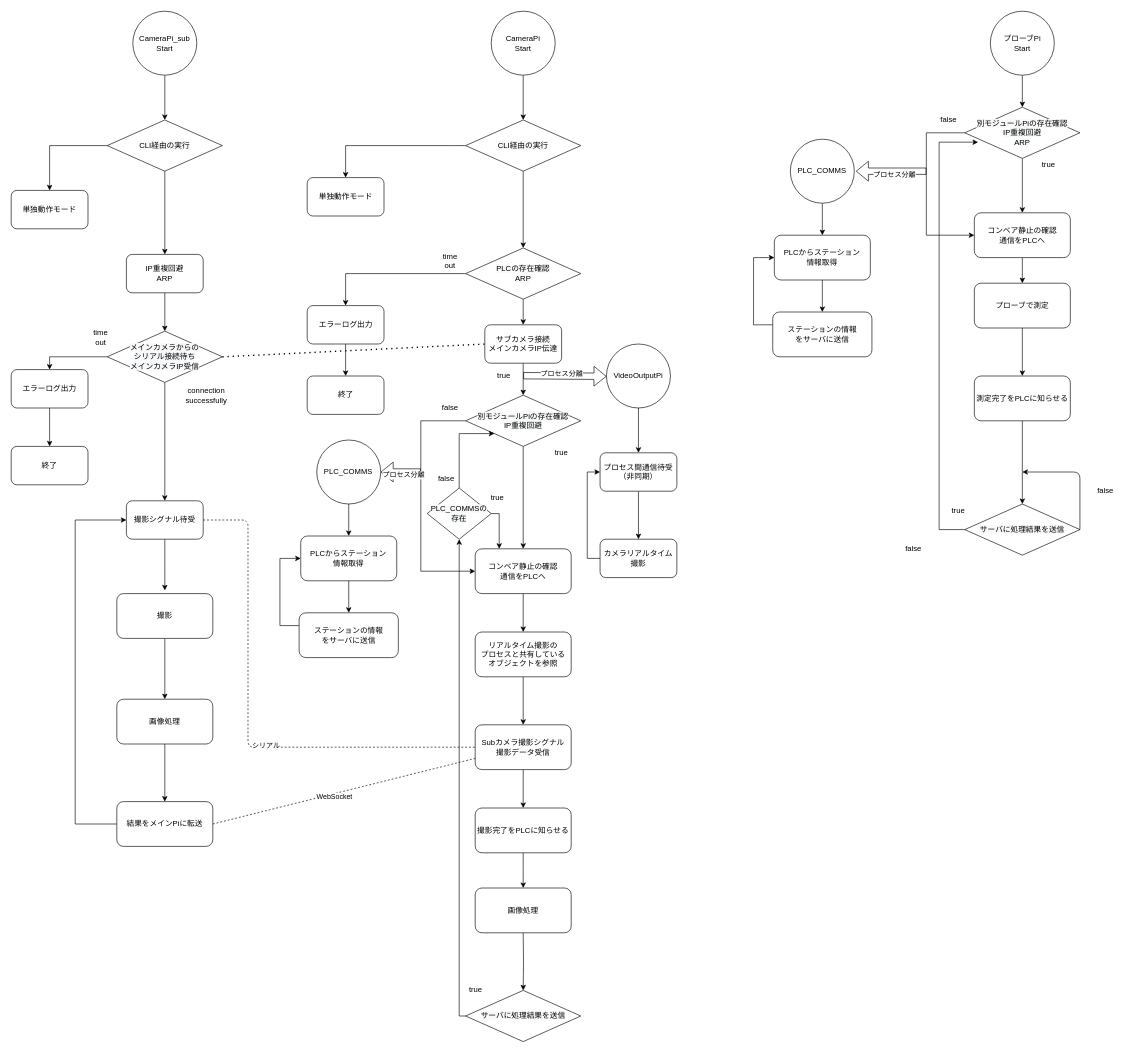
Above: 設計/フローチャート.drawio in chekke1999/kaihatukadai (draw.io), before the change. Source tidied: cells renumbered, new cells numbered last; positions are measured from the earlier drawing's top-left corner, leaving out a move shared by most shapes. Both pictures are drawn from the tidied source at 64%, with x=0, y=0 at pixel (11, 11).
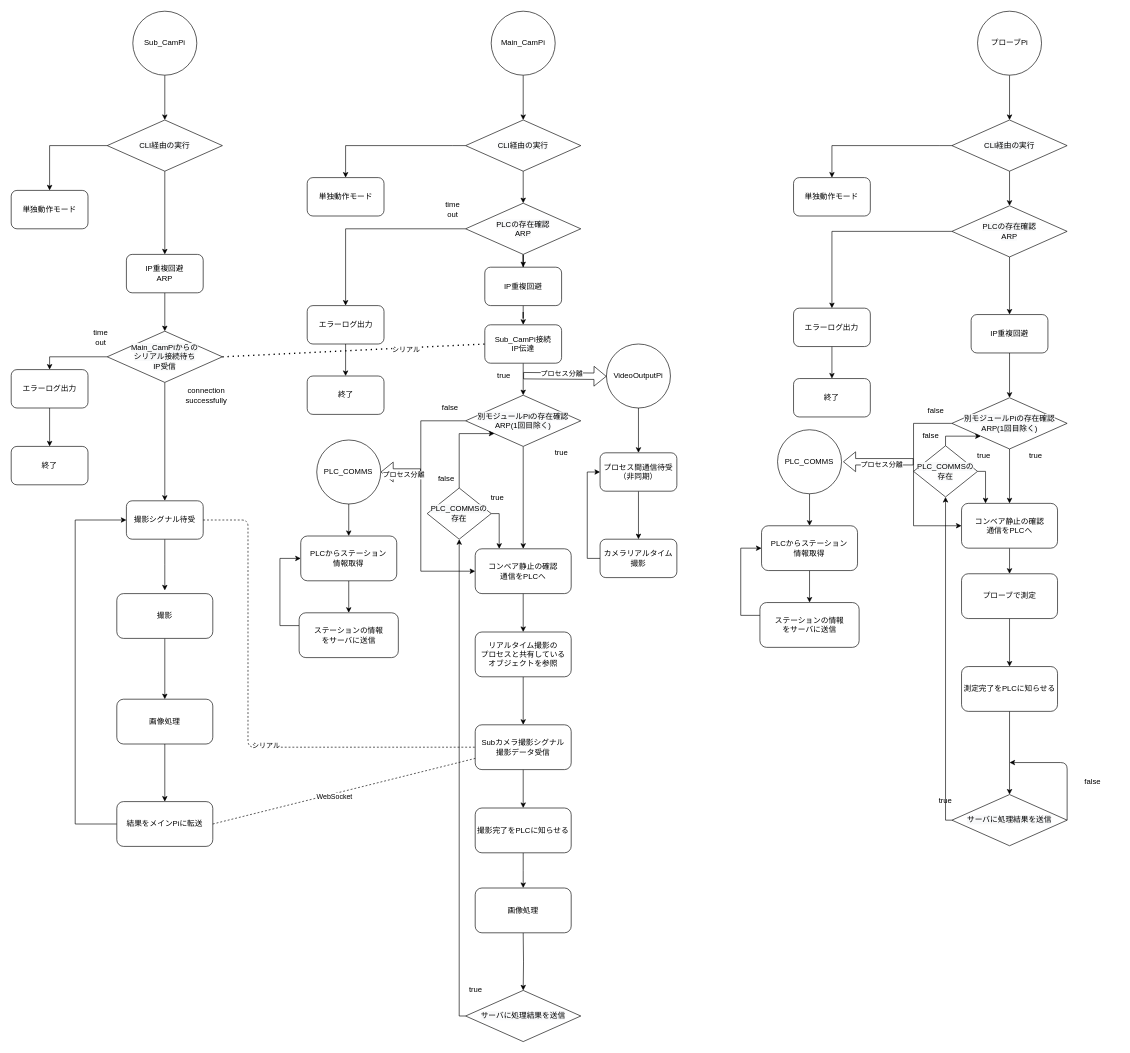
The same diagram, later.

Commit message (it also covers changes not shown here):
フローチャート.drawio を更新します

Unchanged cells that the change refers to:
```xml
<mxCell id="105" style="endArrow=none;dashed=1;html=1;dashPattern=1 3;strokeWidth=2;exitX=1;exitY=0.5;exitDx=0;exitDy=0;entryX=0;entryY=0.5;entryDx=0;entryDy=0;" parent="1" edge="1" source="71" target="87">
  <mxGeometry relative="1" as="geometry" />
</mxCell>
```

Diff of the diagram source:
```diff
@@
-    <mxCell id="3" value="CameraPi&lt;br&gt;Start" style="ellipse;whiteSpace=wrap;html=1;" parent="1" vertex="1">
+    <mxCell id="3" value="Main_CamPi" style="ellipse;whiteSpace=wrap;html=1;" parent="1" vertex="1">
       <mxGeometry x="750" width="100" height="100" as="geometry" />
     </mxCell>
@@
-    <mxCell id="6" value="&lt;span style=&quot;color: rgb(0 , 0 , 0) ; font-family: &amp;#34;helvetica&amp;#34; ; font-size: 12px ; font-style: normal ; font-weight: 400 ; letter-spacing: normal ; text-align: center ; text-indent: 0px ; text-transform: none ; word-spacing: 0px ; background-color: rgb(248 , 249 , 250) ; display: inline ; float: none&quot;&gt;別モジュールPiの存在確認&lt;br&gt;IP重複回避&lt;br&gt;&lt;/span&gt;" style="rhombus;whiteSpace=wrap;html=1;" parent="1" vertex="1">
+    <mxCell id="6" value="&lt;span style=&quot;color: rgb(0 , 0 , 0) ; font-family: &amp;#34;helvetica&amp;#34; ; font-size: 12px ; font-style: normal ; font-weight: 400 ; letter-spacing: normal ; text-align: center ; text-indent: 0px ; text-transform: none ; word-spacing: 0px ; background-color: rgb(248 , 249 , 250) ; display: inline ; float: none&quot;&gt;別モジュールPiの存在確認&lt;br&gt;ARP(1回目除く)&lt;br&gt;&lt;/span&gt;" style="rhombus;whiteSpace=wrap;html=1;" parent="1" vertex="1">
       <mxGeometry x="710" y="600" width="180" height="80" as="geometry" />
     </mxCell>
@@
-    <mxCell id="21" style="edgeStyle=orthogonalEdgeStyle;rounded=0;jettySize=auto;html=1;" parent="1" edge="1" source="22" target="25">
-      <mxGeometry relative="1" as="geometry" />
-    </mxCell>
+    <mxCell id="113" style="edgeStyle=orthogonalEdgeStyle;rounded=0;jettySize=auto;html=1;entryX=0.5;entryY=0;entryDx=0;entryDy=0;" parent="1" edge="1" source="22" target="124">
+      <mxGeometry relative="1" as="geometry" />
+    </mxCell>
-    <mxCell id="22" value="プローブPi&lt;br&gt;Start" style="ellipse;whiteSpace=wrap;html=1;" parent="1" vertex="1">
-      <mxGeometry x="1529.9" width="100" height="100" as="geometry" />
+    <mxCell id="22" value="プローブPi" style="ellipse;whiteSpace=wrap;html=1;" parent="1" vertex="1">
+      <mxGeometry x="1509.9" width="100" height="100" as="geometry" />
     </mxCell>
@@
     <mxCell id="24" style="edgeStyle=orthogonalEdgeStyle;rounded=0;jettySize=auto;html=1;entryX=0;entryY=0.5;entryDx=0;entryDy=0;" parent="1" edge="1" source="25" target="37">
       <mxGeometry relative="1" as="geometry">
         <Array as="points">
-          <mxPoint x="1429.9" y="190" />
-          <mxPoint x="1429.9" y="350" />
+          <mxPoint x="1409.9" y="644" />
+          <mxPoint x="1409.9" y="804" />
         </Array>
       </mxGeometry>
     </mxCell>
-    <mxCell id="25" value="&lt;span style=&quot;color: rgb(0 , 0 , 0) ; font-family: &amp;#34;helvetica&amp;#34; ; font-size: 12px ; font-style: normal ; font-weight: 400 ; letter-spacing: normal ; text-align: center ; text-indent: 0px ; text-transform: none ; word-spacing: 0px ; background-color: rgb(248 , 249 , 250) ; display: inline ; float: none&quot;&gt;別モジュールPiの存在確認&lt;br&gt;IP重複回避&lt;br&gt;ARP&lt;br&gt;&lt;/span&gt;" style="rhombus;whiteSpace=wrap;html=1;" parent="1" vertex="1">
-      <mxGeometry x="1489.9" y="150" width="180" height="80" as="geometry" />
+    <mxCell id="25" value="&lt;span style=&quot;color: rgb(0 , 0 , 0) ; font-family: &amp;#34;helvetica&amp;#34; ; font-size: 12px ; font-style: normal ; font-weight: 400 ; letter-spacing: normal ; text-align: center ; text-indent: 0px ; text-transform: none ; word-spacing: 0px ; background-color: rgb(248 , 249 , 250) ; display: inline ; float: none&quot;&gt;別モジュールPiの存在確認&lt;br&gt;ARP(1回目除く)&lt;br&gt;&lt;/span&gt;" style="rhombus;whiteSpace=wrap;html=1;" parent="1" vertex="1">
+      <mxGeometry x="1469.9" y="604" width="180" height="80" as="geometry" />
     </mxCell>
     <mxCell id="26" value="true" style="text;html=1;strokeColor=none;fillColor=none;align=center;verticalAlign=middle;whiteSpace=wrap;rounded=0;" parent="1" vertex="1">
-      <mxGeometry x="1600.9" y="230" width="40" height="20" as="geometry" />
+      <mxGeometry x="1580.9" y="684" width="40" height="20" as="geometry" />
     </mxCell>
@@
     <mxCell id="29" value="プローブで測定" style="rounded=1;whiteSpace=wrap;html=1;" parent="1" vertex="1">
-      <mxGeometry x="1504.9" y="425" width="150" height="70" as="geometry" />
+      <mxGeometry x="1484.9" y="879" width="150" height="70" as="geometry" />
     </mxCell>
-    <mxCell id="30" style="edgeStyle=orthogonalEdgeStyle;rounded=0;jettySize=auto;html=1;entryX=0.116;entryY=0.683;entryDx=0;entryDy=0;entryPerimeter=0;" parent="1" edge="1" source="31" target="25">
-      <mxGeometry relative="1" as="geometry">
-        <Array as="points">
-          <mxPoint x="1449.9" y="810" />
-          <mxPoint x="1449.9" y="205" />
-        </Array>
-      </mxGeometry>
-    </mxCell>
+    <mxCell id="114" style="edgeStyle=orthogonalEdgeStyle;rounded=0;jettySize=auto;html=1;entryX=0.5;entryY=1;entryDx=0;entryDy=0;" parent="1" edge="1" source="31" target="119">
+      <mxGeometry relative="1" as="geometry">
+        <Array as="points">
+          <mxPoint x="1460" y="1264" />
+        </Array>
+      </mxGeometry>
+    </mxCell>
     <mxCell id="31" value="&lt;span style=&quot;color: rgb(0 , 0 , 0) ; font-family: &amp;#34;helvetica&amp;#34; ; font-size: 12px ; font-style: normal ; font-weight: 400 ; letter-spacing: normal ; text-align: center ; text-indent: 0px ; text-transform: none ; word-spacing: 0px ; background-color: rgb(248 , 249 , 250) ; display: inline ; float: none&quot;&gt;サーバに処理結果を送信&lt;br&gt;&lt;/span&gt;" style="rhombus;whiteSpace=wrap;html=1;" parent="1" vertex="1">
-      <mxGeometry x="1489.9" y="770" width="180" height="80" as="geometry" />
+      <mxGeometry x="1469.9" y="1224" width="180" height="80" as="geometry" />
     </mxCell>
     <mxCell id="32" value="true" style="text;html=1;strokeColor=none;fillColor=none;align=center;verticalAlign=middle;whiteSpace=wrap;rounded=0;" parent="1" vertex="1">
-      <mxGeometry x="1459.9" y="770" width="40" height="20" as="geometry" />
+      <mxGeometry x="1439.9" y="1224" width="40" height="20" as="geometry" />
     </mxCell>
     <mxCell id="33" style="endArrow=classic;html=1;" parent="1" edge="1">
       <mxGeometry relative="1" as="geometry">
-        <mxPoint x="1669.9" y="810" as="sourcePoint" />
-        <mxPoint x="1579.9" y="720" as="targetPoint" />
+        <mxPoint x="1649.9" y="1264" as="sourcePoint" />
+        <mxPoint x="1559.9" y="1174" as="targetPoint" />
         <Array as="points">
-          <mxPoint x="1669.9" y="720" />
+          <mxPoint x="1649.9" y="1174" />
         </Array>
       </mxGeometry>
     </mxCell>
     <mxCell id="34" value="false" style="text;html=1;strokeColor=none;fillColor=none;align=center;verticalAlign=middle;whiteSpace=wrap;rounded=0;" parent="1" vertex="1">
-      <mxGeometry x="1689.9" y="740" width="40" height="20" as="geometry" />
+      <mxGeometry x="1669.9" y="1194" width="40" height="20" as="geometry" />
     </mxCell>
     <mxCell id="35" value="false" style="text;html=1;strokeColor=none;fillColor=none;align=center;verticalAlign=middle;whiteSpace=wrap;rounded=0;" parent="1" vertex="1">
-      <mxGeometry x="1445.4" y="160" width="40" height="20" as="geometry" />
+      <mxGeometry x="1425.4" y="614" width="40" height="20" as="geometry" />
     </mxCell>
-    <mxCell id="36" value="false" style="text;html=1;strokeColor=none;fillColor=none;align=center;verticalAlign=middle;whiteSpace=wrap;rounded=0;" parent="1" vertex="1">
-      <mxGeometry x="1389.9" y="830" width="40" height="20" as="geometry" />
-    </mxCell>
     <mxCell id="37" value="&lt;span style=&quot;font-family: &amp;#34;helvetica&amp;#34;&quot;&gt;コンベア静止の確認&lt;/span&gt;&lt;br style=&quot;font-family: &amp;#34;helvetica&amp;#34;&quot;&gt;&lt;span style=&quot;font-family: &amp;#34;helvetica&amp;#34;&quot;&gt;通信をPLCへ&lt;/span&gt;" style="rounded=1;whiteSpace=wrap;html=1;" parent="1" vertex="1">
-      <mxGeometry x="1504.9" y="315" width="150" height="70" as="geometry" />
+      <mxGeometry x="1484.9" y="769" width="150" height="70" as="geometry" />
     </mxCell>
-    <mxCell id="38" style="edgeStyle=orthogonalEdgeStyle;rounded=0;jettySize=auto;html=1;" parent="1" edge="1" source="39" target="31">
+    <mxCell id="38" style="edgeStyle=orthogonalEdgeStyle;rounded=0;jettySize=auto;html=1;entryX=0.5;entryY=0;entryDx=0;entryDy=0;" parent="1" edge="1" source="39" target="31">
       <mxGeometry relative="1" as="geometry" />
     </mxCell>
     <mxCell id="39" value="測定完了をPLCに知らせる" style="rounded=1;whiteSpace=wrap;html=1;" parent="1" vertex="1">
-      <mxGeometry x="1504.9" y="570" width="150" height="70" as="geometry" />
+      <mxGeometry x="1484.9" y="1024" width="150" height="70" as="geometry" />
     </mxCell>
@@
     <mxCell id="55" value="PLCからステーション&lt;br&gt;情報取得" style="rounded=1;whiteSpace=wrap;html=1;" parent="1" vertex="1">
-      <mxGeometry x="1192.4" y="350" width="150" height="70" as="geometry" />
+      <mxGeometry x="1172.4" y="804" width="150" height="70" as="geometry" />
     </mxCell>
     <mxCell id="56" style="edgeStyle=orthogonalEdgeStyle;rounded=0;jettySize=auto;html=1;entryX=0;entryY=0.5;entryDx=0;entryDy=0;" parent="1" edge="1" source="57" target="55">
       <mxGeometry relative="1" as="geometry">
         <Array as="points">
-          <mxPoint x="1159.9" y="490" />
-          <mxPoint x="1159.9" y="385" />
+          <mxPoint x="1139.9" y="944" />
+          <mxPoint x="1139.9" y="839" />
         </Array>
       </mxGeometry>
     </mxCell>
     <mxCell id="57" value="ステーションの情報&lt;br&gt;をサーバに送信" style="rounded=1;whiteSpace=wrap;html=1;" parent="1" vertex="1">
-      <mxGeometry x="1189.9" y="470" width="155" height="70" as="geometry" />
+      <mxGeometry x="1169.9" y="924" width="155" height="70" as="geometry" />
     </mxCell>
     <mxCell id="58" style="shape=flexArrow;endArrow=classic;html=1;" parent="1" edge="1">
       <mxGeometry relative="1" as="geometry">
-        <mxPoint x="1429.9" y="250" as="sourcePoint" />
-        <mxPoint x="1319.9" y="250" as="targetPoint" />
+        <mxPoint x="1409.9" y="704" as="sourcePoint" />
+        <mxPoint x="1299.9" y="704" as="targetPoint" />
       </mxGeometry>
     </mxCell>
@@
     <mxCell id="61" value="PLC_COMMS" style="ellipse;whiteSpace=wrap;html=1;" parent="1" vertex="1">
-      <mxGeometry x="1217.4" y="200" width="100" height="100" as="geometry" />
+      <mxGeometry x="1197.4" y="654" width="100" height="100" as="geometry" />
     </mxCell>
@@
-    <mxCell id="63" style="edgeStyle=orthogonalEdgeStyle;rounded=0;jettySize=auto;html=1;" parent="1" edge="1" source="65" target="87">
-      <mxGeometry relative="1" as="geometry" />
-    </mxCell>
@@
+    <mxCell id="115" style="edgeStyle=orthogonalEdgeStyle;rounded=0;jettySize=auto;html=1;entryX=0.5;entryY=0;entryDx=0;entryDy=0;" parent="1" edge="1" source="65" target="126">
+      <mxGeometry relative="1" as="geometry" />
+    </mxCell>
     <mxCell id="65" value="&lt;span style=&quot;color: rgb(0 , 0 , 0) ; font-family: &amp;#34;helvetica&amp;#34; ; font-size: 12px ; font-style: normal ; font-weight: 400 ; letter-spacing: normal ; text-align: center ; text-indent: 0px ; text-transform: none ; word-spacing: 0px ; background-color: rgb(248 , 249 , 250) ; display: inline ; float: none&quot;&gt;PLCの存在確認&lt;br&gt;ARP&lt;br&gt;&lt;/span&gt;" style="rhombus;whiteSpace=wrap;html=1;" parent="1" vertex="1">
-      <mxGeometry x="710" y="370" width="180" height="80" as="geometry" />
+      <mxGeometry x="710" y="300" width="180" height="80" as="geometry" />
     </mxCell>
@@
-    <mxCell id="68" value="CameraPi_sub&lt;br&gt;Start" style="ellipse;whiteSpace=wrap;html=1;" parent="1" vertex="1">
+    <mxCell id="68" value="Sub_CamPi" style="ellipse;whiteSpace=wrap;html=1;" parent="1" vertex="1">
       <mxGeometry x="190" width="100" height="100" as="geometry" />
     </mxCell>
@@
-    <mxCell id="71" value="&lt;span style=&quot;color: rgb(0 , 0 , 0) ; font-family: &amp;#34;helvetica&amp;#34; ; font-size: 12px ; font-style: normal ; font-weight: 400 ; letter-spacing: normal ; text-align: center ; text-indent: 0px ; text-transform: none ; word-spacing: 0px ; background-color: rgb(248 , 249 , 250) ; display: inline ; float: none&quot;&gt;メインカメラからの&lt;br&gt;シリアル接続待ち&lt;br&gt;メインカメラIP受信&lt;br&gt;&lt;/span&gt;" style="rhombus;whiteSpace=wrap;html=1;" parent="1" vertex="1">
+    <mxCell id="71" value="&lt;span style=&quot;color: rgb(0 , 0 , 0) ; font-family: &amp;#34;helvetica&amp;#34; ; font-size: 12px ; font-style: normal ; font-weight: 400 ; letter-spacing: normal ; text-align: center ; text-indent: 0px ; text-transform: none ; word-spacing: 0px ; background-color: rgb(248 , 249 , 250) ; display: inline ; float: none&quot;&gt;&lt;span style=&quot;font-family: &amp;#34;helvetica&amp;#34;&quot;&gt;Main_CamPi&lt;/span&gt;からの&lt;br&gt;シリアル接続待ち&lt;br&gt;IP受信&lt;br&gt;&lt;/span&gt;" style="rhombus;whiteSpace=wrap;html=1;" parent="1" vertex="1">
       <mxGeometry x="150" y="500" width="180" height="80" as="geometry" />
     </mxCell>
@@
-    <mxCell id="87" value="サブカメラ接続&lt;br&gt;メインカメラIP伝達" style="rounded=1;whiteSpace=wrap;html=1;" parent="1" vertex="1">
+    <mxCell id="87" value="Sub_CamPi接続&lt;br&gt;IP伝達" style="rounded=1;whiteSpace=wrap;html=1;" parent="1" vertex="1">
       <mxGeometry x="740" y="490" width="120" height="60" as="geometry" />
     </mxCell>
@@
     <mxCell id="97" value="time out" style="text;html=1;strokeColor=none;fillColor=none;align=center;verticalAlign=middle;whiteSpace=wrap;rounded=0;" parent="1" vertex="1">
-      <mxGeometry x="665.5" y="380" width="40" height="20" as="geometry" />
+      <mxGeometry x="670" y="300" width="40" height="20" as="geometry" />
     </mxCell>
@@
+    <mxCell id="116" value="シリアル" style="edgeLabel;html=1;align=center;verticalAlign=middle;" parent="105" vertex="1">
+      <mxGeometry x="0.4" y="-2" relative="1" as="geometry" />
+    </mxCell>
@@
+    <mxCell id="117" style="edgeStyle=orthogonalEdgeStyle;rounded=0;jettySize=auto;html=1;entryX=0.25;entryY=0;entryDx=0;entryDy=0;" parent="1" edge="1" source="119" target="37">
+      <mxGeometry relative="1" as="geometry">
+        <Array as="points">
+          <mxPoint x="1522" y="719" />
+        </Array>
+      </mxGeometry>
+    </mxCell>
+    <mxCell id="118" style="edgeStyle=orthogonalEdgeStyle;rounded=0;jettySize=auto;html=1;entryX=0;entryY=1;entryDx=0;entryDy=0;" parent="1" edge="1" source="119" target="25">
+      <mxGeometry relative="1" as="geometry">
+        <Array as="points">
+          <mxPoint x="1460" y="664" />
+        </Array>
+      </mxGeometry>
+    </mxCell>
+    <mxCell id="119" value="&lt;span style=&quot;color: rgb(0 , 0 , 0) ; font-family: &amp;#34;helvetica&amp;#34; ; font-size: 12px ; font-style: normal ; font-weight: 400 ; letter-spacing: normal ; text-align: center ; text-indent: 0px ; text-transform: none ; word-spacing: 0px ; background-color: rgb(248 , 249 , 250) ; display: inline ; float: none&quot;&gt;PLC_COMMSの存在&lt;br&gt;&lt;/span&gt;" style="rhombus;whiteSpace=wrap;html=1;" parent="1" vertex="1">
+      <mxGeometry x="1409.9" y="679" width="100" height="80" as="geometry" />
+    </mxCell>
+    <mxCell id="36" value="false" style="text;html=1;strokeColor=none;fillColor=none;align=center;verticalAlign=middle;whiteSpace=wrap;rounded=0;" parent="1" vertex="1">
+      <mxGeometry x="1417" y="654" width="40" height="20" as="geometry" />
+    </mxCell>
+    <mxCell id="120" value="true" style="text;html=1;strokeColor=none;fillColor=none;align=center;verticalAlign=middle;whiteSpace=wrap;rounded=0;" parent="1" vertex="1">
+      <mxGeometry x="1499.9" y="684" width="40" height="20" as="geometry" />
+    </mxCell>
+    <mxCell id="121" style="edgeStyle=orthogonalEdgeStyle;rounded=0;jettySize=auto;html=1;exitX=0;exitY=0.5;exitDx=0;exitDy=0;" parent="1" edge="1" source="124" target="122">
+      <mxGeometry relative="1" as="geometry">
+        <Array as="points">
+          <mxPoint x="1449.9" y="210" />
+          <mxPoint x="1449.9" y="210" />
+        </Array>
+      </mxGeometry>
+    </mxCell>
+    <mxCell id="122" value="単独動作モード" style="rounded=1;whiteSpace=wrap;html=1;" parent="1" vertex="1">
+      <mxGeometry x="1222.4" y="260" width="120" height="60" as="geometry" />
+    </mxCell>
+    <mxCell id="123" style="edgeStyle=orthogonalEdgeStyle;rounded=0;jettySize=auto;html=1;" parent="1" edge="1" source="124" target="129">
+      <mxGeometry relative="1" as="geometry" />
+    </mxCell>
+    <mxCell id="124" value="&lt;span style=&quot;color: rgb(0 , 0 , 0) ; font-family: &amp;#34;helvetica&amp;#34; ; font-size: 12px ; font-style: normal ; font-weight: 400 ; letter-spacing: normal ; text-align: center ; text-indent: 0px ; text-transform: none ; word-spacing: 0px ; background-color: rgb(248 , 249 , 250) ; display: inline ; float: none&quot;&gt;CLI経由の実行&lt;br&gt;&lt;/span&gt;" style="rhombus;whiteSpace=wrap;html=1;" parent="1" vertex="1">
+      <mxGeometry x="1469.9" y="170" width="180" height="80" as="geometry" />
+    </mxCell>
+    <mxCell id="125" style="edgeStyle=orthogonalEdgeStyle;rounded=0;jettySize=auto;html=1;entryX=0.5;entryY=0;entryDx=0;entryDy=0;" parent="1" edge="1" source="126" target="87">
+      <mxGeometry relative="1" as="geometry" />
+    </mxCell>
+    <mxCell id="126" value="IP重複回避" style="rounded=1;whiteSpace=wrap;html=1;" parent="1" vertex="1">
+      <mxGeometry x="740" y="400" width="120" height="60" as="geometry" />
+    </mxCell>
+    <mxCell id="127" style="edgeStyle=orthogonalEdgeStyle;rounded=0;jettySize=auto;html=1;" parent="1" edge="1" source="129" target="131">
+      <mxGeometry relative="1" as="geometry" />
+    </mxCell>
+    <mxCell id="128" style="edgeStyle=orthogonalEdgeStyle;rounded=0;jettySize=auto;html=1;" parent="1" edge="1" source="129" target="134">
+      <mxGeometry relative="1" as="geometry" />
+    </mxCell>
+    <mxCell id="129" value="&lt;span style=&quot;color: rgb(0 , 0 , 0) ; font-family: &amp;#34;helvetica&amp;#34; ; font-size: 12px ; font-style: normal ; font-weight: 400 ; letter-spacing: normal ; text-align: center ; text-indent: 0px ; text-transform: none ; word-spacing: 0px ; background-color: rgb(248 , 249 , 250) ; display: inline ; float: none&quot;&gt;PLCの存在確認&lt;br&gt;ARP&lt;br&gt;&lt;/span&gt;" style="rhombus;whiteSpace=wrap;html=1;" parent="1" vertex="1">
+      <mxGeometry x="1469.9" y="304" width="180" height="80" as="geometry" />
+    </mxCell>
+    <mxCell id="130" style="edgeStyle=orthogonalEdgeStyle;rounded=0;jettySize=auto;html=1;" parent="1" edge="1" source="131" target="132">
+      <mxGeometry relative="1" as="geometry" />
+    </mxCell>
+    <mxCell id="131" value="エラーログ出力" style="rounded=1;whiteSpace=wrap;html=1;" parent="1" vertex="1">
+      <mxGeometry x="1222.4" y="464" width="120" height="60" as="geometry" />
+    </mxCell>
+    <mxCell id="132" value="終了" style="rounded=1;whiteSpace=wrap;html=1;" parent="1" vertex="1">
+      <mxGeometry x="1222.4" y="574" width="120" height="60" as="geometry" />
+    </mxCell>
+    <mxCell id="133" style="edgeStyle=orthogonalEdgeStyle;rounded=0;jettySize=auto;html=1;" parent="1" edge="1" source="134" target="25">
+      <mxGeometry relative="1" as="geometry" />
+    </mxCell>
+    <mxCell id="134" value="IP重複回避" style="rounded=1;whiteSpace=wrap;html=1;" parent="1" vertex="1">
+      <mxGeometry x="1499.9" y="474" width="120" height="60" as="geometry" />
+    </mxCell>
```
